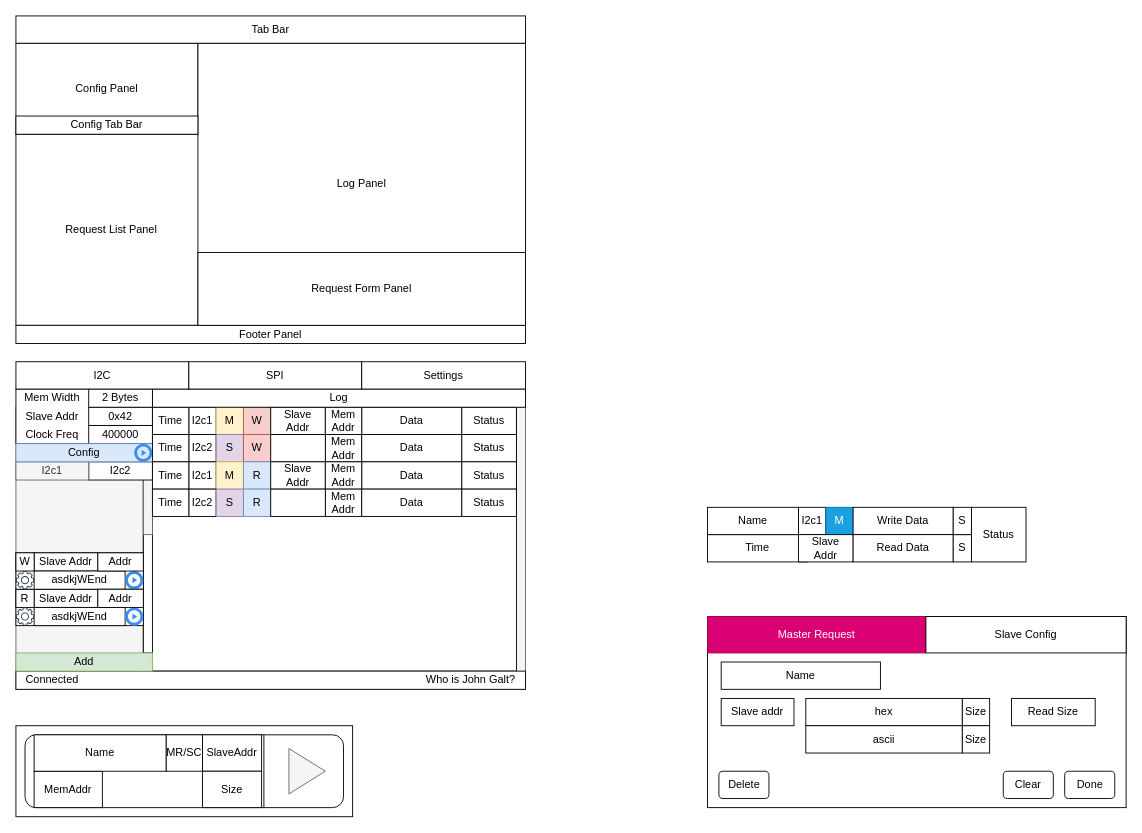
This is UImock.drawio from AlmCoding/expander-ui, a draw.io file, before an edit. Source tidied: cells renumbered, new cells numbered last; positions are measured from the earlier drawing's top-left corner, leaving out a move shared by most shapes. Both pictures are drawn from the tidied source at 91%, with x=0, y=0 at pixel (15, 15).
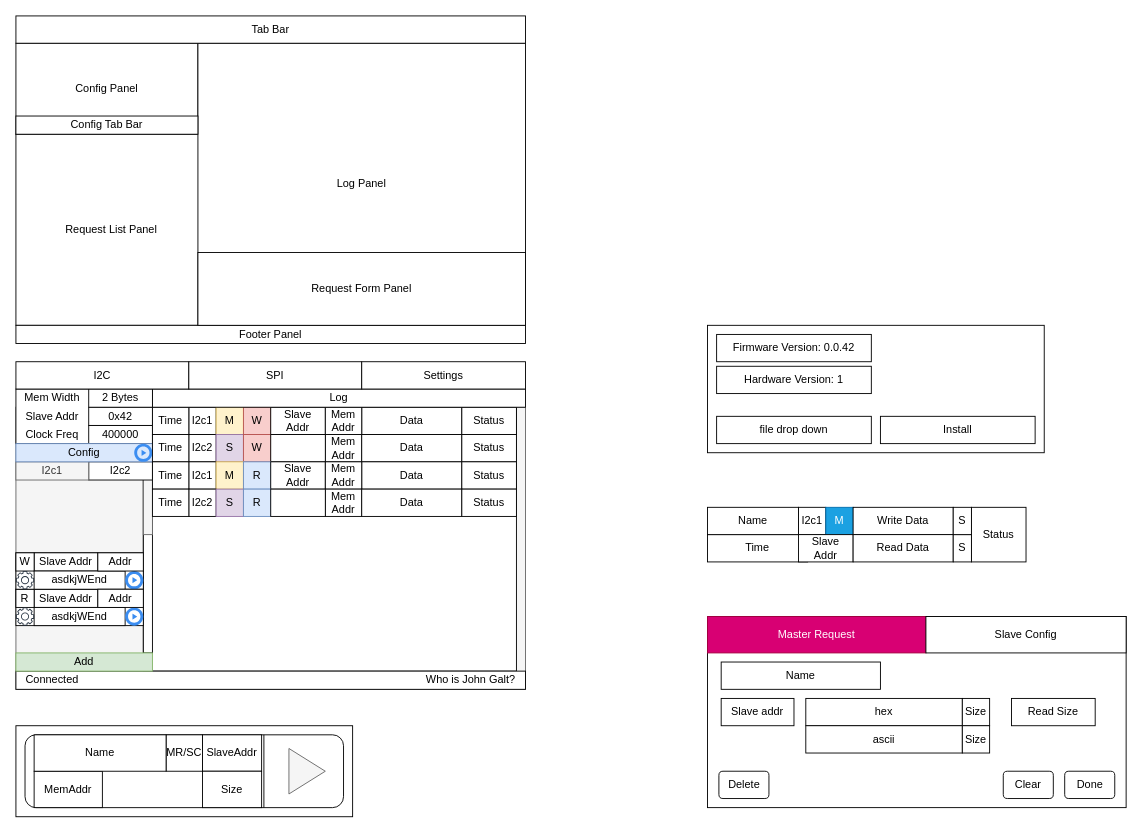
After the change.

Diff of the diagram source:
```diff
@@
+    <mxCell id="111" style="rounded=0;whiteSpace=wrap;html=1;" parent="1" vertex="1">
+      <mxGeometry x="760" y="340" width="370" height="140" as="geometry" />
+    </mxCell>
+    <mxCell id="112" value="Firmware Version: 0.0.42" style="rounded=0;whiteSpace=wrap;html=1;" parent="1" vertex="1">
+      <mxGeometry x="770" y="350" width="170" height="30" as="geometry" />
+    </mxCell>
+    <mxCell id="113" value="Hardware Version: 1" style="rounded=0;whiteSpace=wrap;html=1;" parent="1" vertex="1">
+      <mxGeometry x="770" y="385" width="170" height="30" as="geometry" />
+    </mxCell>
+    <mxCell id="114" value="Install" style="rounded=0;whiteSpace=wrap;html=1;" parent="1" vertex="1">
+      <mxGeometry x="950" y="440" width="170" height="30" as="geometry" />
+    </mxCell>
+    <mxCell id="115" value="file drop down" style="rounded=0;whiteSpace=wrap;html=1;" parent="1" vertex="1">
+      <mxGeometry x="770" y="440" width="170" height="30" as="geometry" />
+    </mxCell>
```
